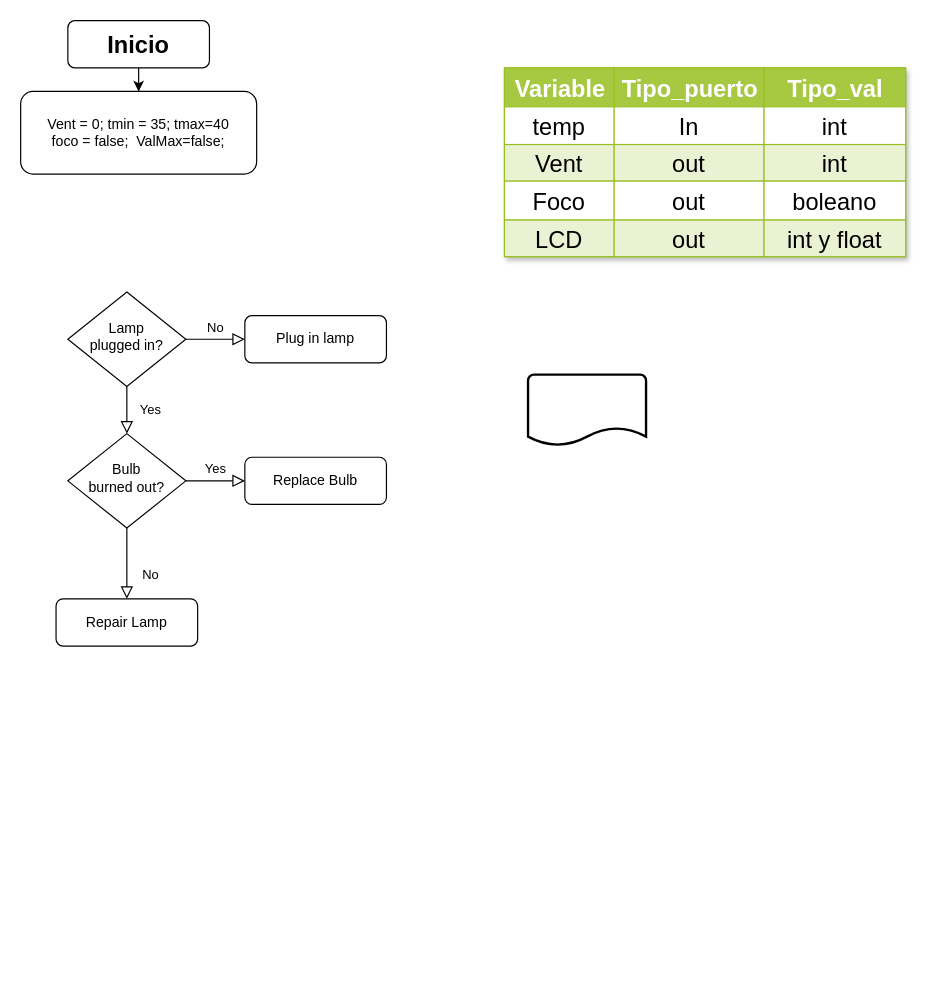
Earlier version of the draw.io diagram Control_temperatura.drawio (Haroldajnp21/Diagrama_De_flujo_Embembidos). Source tidied: cells renumbered, new cells numbered last; positions are measured from the earlier drawing's top-left corner, leaving out a move shared by most shapes. Both pictures are drawn from the tidied source at 118%, with x=0, y=0 at pixel (20, 20).
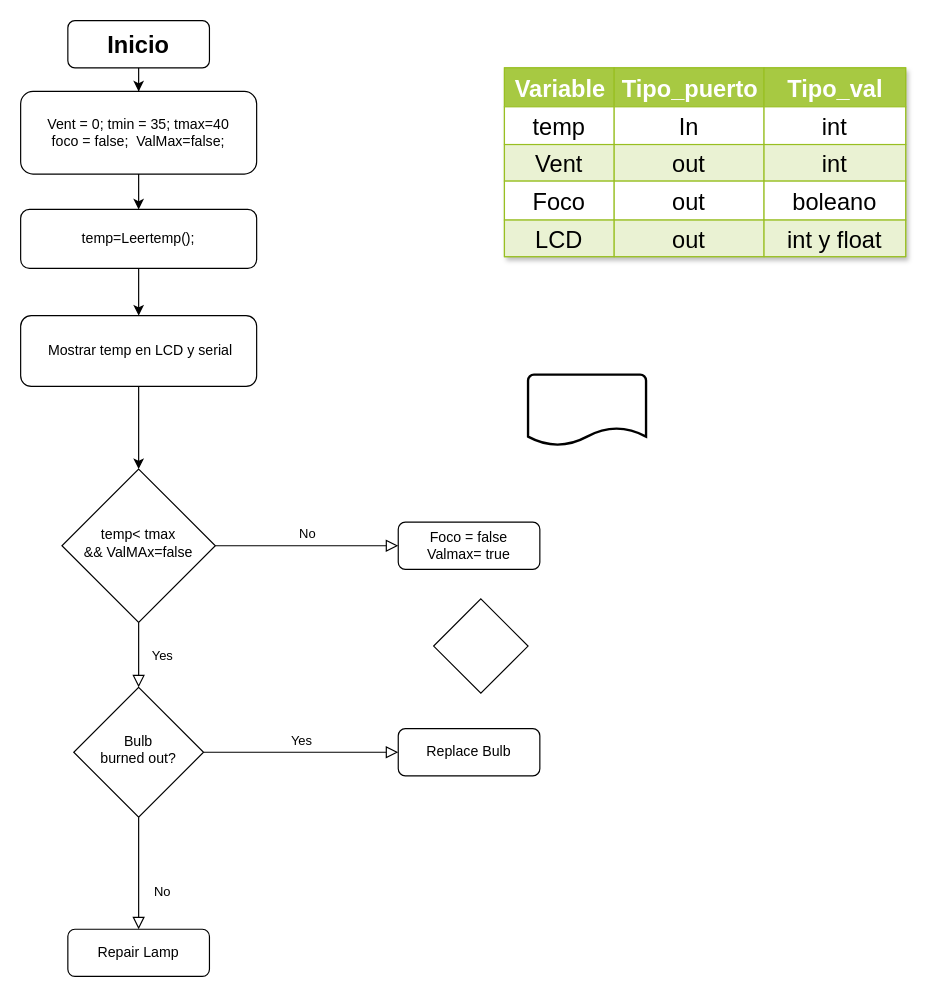
The same page after the edit.

Unchanged cells that the change refers to:
```xml
<mxCell id="14" value="&lt;div&gt;Vent = 0; tmin = 35; tmax=40 &lt;br&gt;&lt;/div&gt;&lt;div&gt;foco = false;&amp;nbsp; ValMax=false;&lt;br&gt;&lt;/div&gt;" style="rounded=1;whiteSpace=wrap;html=1;" parent="1" vertex="1">
  <mxGeometry y="60" width="200" height="70" as="geometry" />
</mxCell>
```

The edit, as a diff of the source:
```diff
@@
-    <mxCell id="6" value="Lamp&lt;br&gt;plugged in?" style="rhombus;whiteSpace=wrap;html=1;shadow=0;fontFamily=Helvetica;fontSize=12;align=center;strokeWidth=1;spacing=6;spacingTop=-4;" parent="1" vertex="1">
-      <mxGeometry x="40" y="230" width="100" height="80" as="geometry" />
+    <mxCell id="6" value="&lt;div&gt;temp&amp;lt; tmax&lt;/div&gt;&lt;div&gt;&amp;amp;&amp;amp; ValMAx=false&lt;br&gt;&lt;/div&gt;" style="rhombus;whiteSpace=wrap;html=1;shadow=0;fontFamily=Helvetica;fontSize=12;align=center;strokeWidth=1;spacing=6;spacingTop=-4;" parent="1" vertex="1">
+      <mxGeometry x="35" y="380" width="130" height="130" as="geometry" />
     </mxCell>
-    <mxCell id="7" value="Plug in lamp" style="rounded=1;whiteSpace=wrap;html=1;fontSize=12;glass=0;strokeWidth=1;shadow=0;" parent="1" vertex="1">
-      <mxGeometry x="190" y="250" width="120" height="40" as="geometry" />
+    <mxCell id="7" value="&lt;div&gt;Foco = false&lt;/div&gt;&lt;div&gt;Valmax= true&lt;br&gt;&lt;/div&gt;" style="rounded=1;whiteSpace=wrap;html=1;fontSize=12;glass=0;strokeWidth=1;shadow=0;" parent="1" vertex="1">
+      <mxGeometry x="320" y="425" width="120" height="40" as="geometry" />
     </mxCell>
@@
     <mxCell id="10" value="Bulb&lt;br&gt;burned out?" style="rhombus;whiteSpace=wrap;html=1;shadow=0;fontFamily=Helvetica;fontSize=12;align=center;strokeWidth=1;spacing=6;spacingTop=-4;" parent="1" vertex="1">
-      <mxGeometry x="40" y="350" width="100" height="80" as="geometry" />
+      <mxGeometry x="45" y="565" width="110" height="110" as="geometry" />
     </mxCell>
     <mxCell id="11" value="Repair Lamp" style="rounded=1;whiteSpace=wrap;html=1;fontSize=12;glass=0;strokeWidth=1;shadow=0;" parent="1" vertex="1">
-      <mxGeometry x="30" y="490" width="120" height="40" as="geometry" />
+      <mxGeometry x="40" y="770" width="120" height="40" as="geometry" />
     </mxCell>
     <mxCell id="12" value="Replace Bulb" style="rounded=1;whiteSpace=wrap;html=1;fontSize=12;glass=0;strokeWidth=1;shadow=0;" parent="1" vertex="1">
-      <mxGeometry x="190" y="370" width="120" height="40" as="geometry" />
+      <mxGeometry x="320" y="600" width="120" height="40" as="geometry" />
     </mxCell>
@@
+    <mxCell id="36" style="edgeStyle=orthogonalEdgeStyle;rounded=0;jettySize=auto;html=1;" parent="1" edge="1" source="14" target="38">
+      <mxGeometry relative="1" as="geometry" />
+    </mxCell>
@@
+    <mxCell id="37" style="edgeStyle=orthogonalEdgeStyle;rounded=0;jettySize=auto;html=1;" parent="1" edge="1" source="38" target="40">
+      <mxGeometry relative="1" as="geometry" />
+    </mxCell>
+    <mxCell id="38" value="temp=Leertemp();" style="rounded=1;whiteSpace=wrap;html=1;" parent="1" vertex="1">
+      <mxGeometry y="160" width="200" height="50" as="geometry" />
+    </mxCell>
+    <mxCell id="39" style="edgeStyle=orthogonalEdgeStyle;rounded=0;jettySize=auto;html=1;" parent="1" edge="1" source="40" target="6">
+      <mxGeometry relative="1" as="geometry" />
+    </mxCell>
+    <mxCell id="40" value="&amp;nbsp;Mostrar temp en LCD y serial " style="rounded=1;whiteSpace=wrap;html=1;" parent="1" vertex="1">
+      <mxGeometry y="250" width="200" height="60" as="geometry" />
+    </mxCell>
+    <mxCell id="41" style="rhombus;whiteSpace=wrap;html=1;" parent="1" vertex="1">
+      <mxGeometry x="350" y="490" width="80" height="80" as="geometry" />
+    </mxCell>
```
